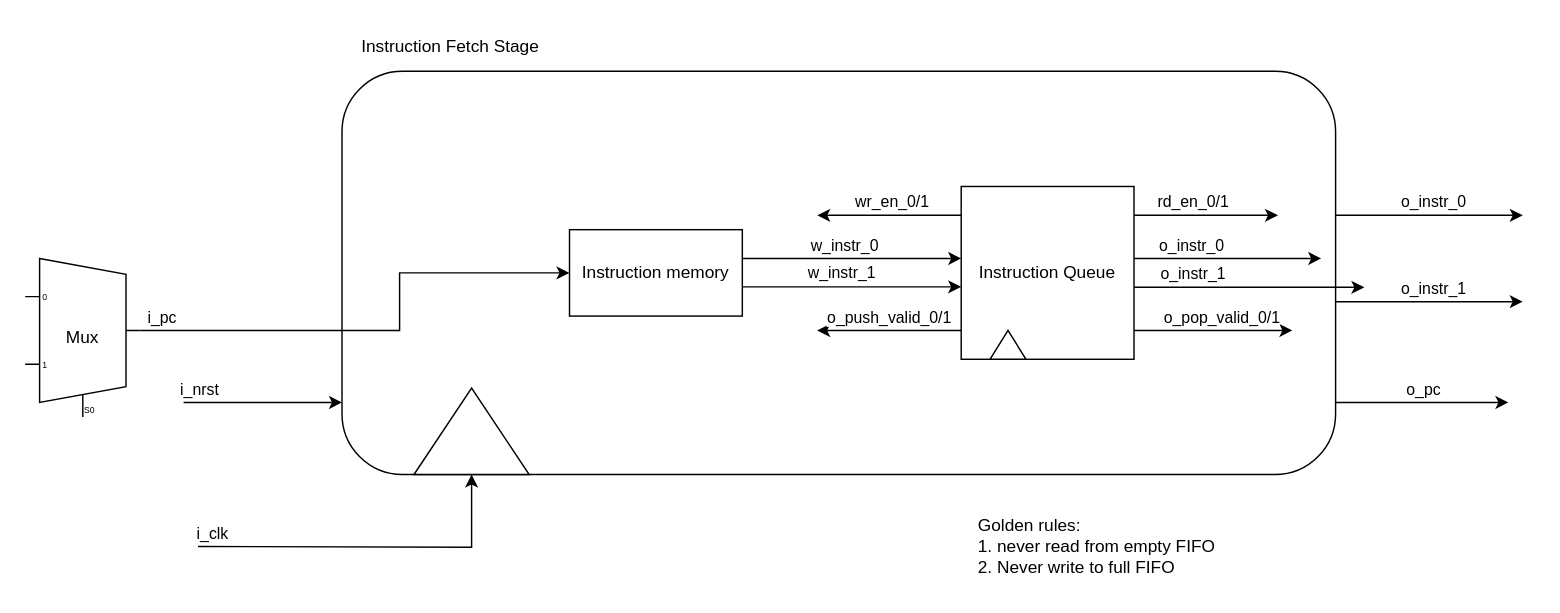
This is page "Instruction Fetch" (2 of 2) of docs/Architecture.drawio from evanwu03/OutrO, a draw.io file, before an edit. Source tidied: cells renumbered, new cells numbered last; positions are measured from the earlier drawing's top-left corner, leaving out a move shared by most shapes. Both pictures are drawn from the tidied source at 144%, with x=0, y=0 at pixel (24, 24).
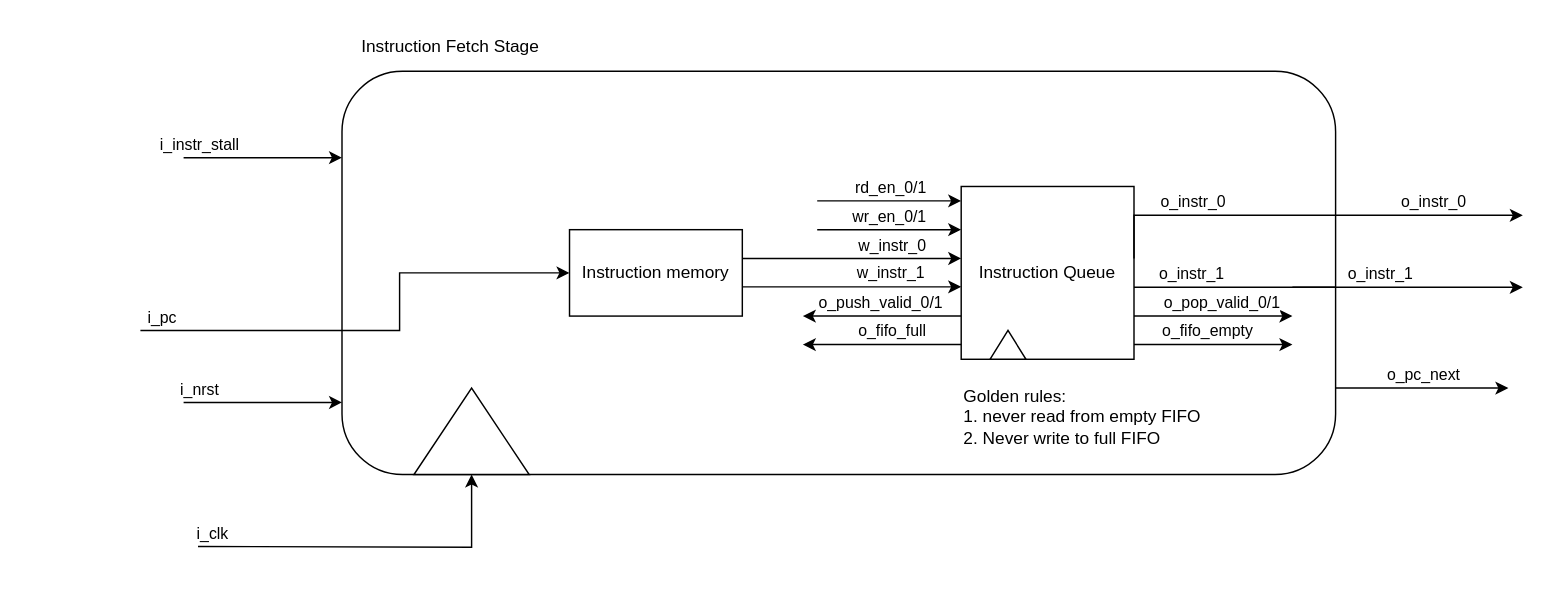
Above is the later version.

The change refers to these unchanged cells:
```xml
<mxCell id="4" style="rounded=1;whiteSpace=wrap;html=1;fillColor=default;" parent="1" vertex="1">
  <mxGeometry x="220" y="32" width="690" height="280" as="geometry" />
</mxCell>
<mxCell id="19" style="edgeStyle=orthogonalEdgeStyle;rounded=0;jettySize=auto;html=1;" parent="1" edge="1" target="31">
  <mxGeometry relative="1" as="geometry">
    <mxPoint x="498" y="181.7" as="sourcePoint" />
    <Array as="points">
      <mxPoint x="610" y="182" />
      <mxPoint x="610" y="182" />
    </Array>
  </mxGeometry>
</mxCell>
<mxCell id="31" value="Instruction Queue" style="rounded=0;whiteSpace=wrap;html=1;" parent="1" vertex="1">
  <mxGeometry x="650" y="112" width="120" height="120" as="geometry" />
</mxCell>
```

What changed in the source:
```diff
@@
     <mxCell id="2" style="edgeStyle=orthogonalEdgeStyle;rounded=0;orthogonalLoop=1;jettySize=auto;html=1;" parent="1" edge="1">
       <mxGeometry relative="1" as="geometry">
-        <mxPoint x="910" y="262" as="sourcePoint" />
-        <mxPoint x="1030" y="262" as="targetPoint" />
+        <mxPoint x="910" y="252" as="sourcePoint" />
+        <mxPoint x="1030" y="252" as="targetPoint" />
       </mxGeometry>
     </mxCell>
-    <mxCell id="3" value="o_pc" style="edgeLabel;html=1;align=center;verticalAlign=middle;" parent="2" vertex="1">
+    <mxCell id="3" value="o_pc_next" style="edgeLabel;html=1;align=center;verticalAlign=middle;" parent="2" vertex="1">
       <mxGeometry x="-0.19" y="-1" relative="1" as="geometry">
         <mxPoint x="11" y="-11" as="offset" />
       </mxGeometry>
     </mxCell>
@@
-    <mxCell id="13" style="edgeStyle=orthogonalEdgeStyle;rounded=0;jettySize=auto;html=1;endArrow=none;endFill=0;exitX=1;exitY=0.5;exitDx=0;exitDy=-5;exitPerimeter=0;" parent="1" edge="1" source="38">
+    <mxCell id="13" style="edgeStyle=orthogonalEdgeStyle;rounded=0;orthogonalLoop=1;jettySize=auto;html=1;endArrow=none;endFill=0;exitX=1;exitY=0.5;exitDx=0;exitDy=-5;exitPerimeter=0;" parent="1" edge="1">
       <mxGeometry relative="1" as="geometry">
+        <mxPoint x="80" y="212" as="sourcePoint" />
         <mxPoint x="220" y="212" as="targetPoint" />
       </mxGeometry>
     </mxCell>
@@
-    <mxCell id="15" style="edgeStyle=orthogonalEdgeStyle;rounded=0;jettySize=auto;html=1;" parent="1" edge="1" source="4">
+    <mxCell id="15" style="edgeStyle=orthogonalEdgeStyle;rounded=0;orthogonalLoop=1;jettySize=auto;html=1;" parent="1" edge="1">
       <mxGeometry relative="1" as="geometry">
-        <mxPoint x="1040" y="192" as="targetPoint" />
+        <mxPoint x="910" y="182" as="sourcePoint" />
+        <mxPoint x="1040" y="182" as="targetPoint" />
         <Array as="points">
-          <mxPoint x="880" y="192" />
-          <mxPoint x="880" y="192" />
+          <mxPoint x="880" y="182" />
+          <mxPoint x="880" y="182" />
         </Array>
       </mxGeometry>
     </mxCell>
@@
     <mxCell id="17" style="edgeStyle=orthogonalEdgeStyle;rounded=0;jettySize=auto;html=1;" parent="1" edge="1" target="31">
       <mxGeometry relative="1" as="geometry">
         <mxPoint x="498" y="162" as="sourcePoint" />
         <Array as="points">
-          <mxPoint x="610" y="162" />
-          <mxPoint x="610" y="162" />
+          <mxPoint x="580" y="162" />
+          <mxPoint x="580" y="162" />
         </Array>
       </mxGeometry>
     </mxCell>
     <mxCell id="18" value="w_instr_0" style="edgeLabel;html=1;align=center;verticalAlign=middle;" parent="17" vertex="1">
       <mxGeometry x="-0.23" y="1" relative="1" as="geometry">
-        <mxPoint x="11" y="-9" as="offset" />
+        <mxPoint x="44" y="-9" as="offset" />
       </mxGeometry>
     </mxCell>
@@
     <mxCell id="20" value="w_instr_1" style="edgeLabel;html=1;align=center;verticalAlign=middle;" parent="19" vertex="1">
       <mxGeometry x="-0.26" relative="1" as="geometry">
-        <mxPoint x="12" y="-10" as="offset" />
+        <mxPoint x="46" y="-10" as="offset" />
       </mxGeometry>
     </mxCell>
@@
-    <mxCell id="23" style="edgeStyle=orthogonalEdgeStyle;rounded=0;jettySize=auto;html=1;" parent="1" edge="1" source="31">
+    <mxCell id="23" style="edgeStyle=orthogonalEdgeStyle;rounded=0;orthogonalLoop=1;jettySize=auto;html=1;" parent="1" edge="1">
       <mxGeometry relative="1" as="geometry">
-        <mxPoint x="550" y="212" as="targetPoint" />
+        <mxPoint x="650" y="202" as="sourcePoint" />
+        <mxPoint x="540" y="202" as="targetPoint" />
         <Array as="points">
-          <mxPoint x="630" y="212" />
-          <mxPoint x="630" y="212" />
+          <mxPoint x="630" y="202" />
+          <mxPoint x="630" y="202" />
         </Array>
       </mxGeometry>
     </mxCell>
@@
     <mxCell id="25" style="edgeStyle=orthogonalEdgeStyle;rounded=0;orthogonalLoop=1;jettySize=auto;html=1;" parent="1" edge="1">
       <mxGeometry relative="1" as="geometry">
-        <mxPoint x="770" y="212" as="sourcePoint" />
-        <mxPoint x="880" y="212" as="targetPoint" />
+        <mxPoint x="770" y="202" as="sourcePoint" />
+        <mxPoint x="880" y="202" as="targetPoint" />
       </mxGeometry>
     </mxCell>
@@
     <mxCell id="27" style="edgeStyle=orthogonalEdgeStyle;rounded=0;orthogonalLoop=1;jettySize=auto;html=1;" parent="1" edge="1">
       <mxGeometry relative="1" as="geometry">
-        <mxPoint x="650" y="132" as="sourcePoint" />
-        <mxPoint x="550" y="132" as="targetPoint" />
+        <mxPoint x="550" y="142" as="sourcePoint" />
+        <mxPoint x="650" y="142" as="targetPoint" />
         <Array as="points">
-          <mxPoint x="620" y="132" />
-          <mxPoint x="620" y="132" />
+          <mxPoint x="620" y="142" />
+          <mxPoint x="620" y="142" />
         </Array>
       </mxGeometry>
     </mxCell>
     <mxCell id="28" value="wr_en_0/1" style="edgeLabel;html=1;align=center;verticalAlign=middle;" parent="27" vertex="1">
       <mxGeometry x="0.13" y="-2" relative="1" as="geometry">
-        <mxPoint x="7" y="-8" as="offset" />
+        <mxPoint x="-7" y="-12" as="offset" />
       </mxGeometry>
     </mxCell>
     <mxCell id="29" style="edgeStyle=orthogonalEdgeStyle;rounded=0;orthogonalLoop=1;jettySize=auto;html=1;" parent="1" edge="1">
       <mxGeometry relative="1" as="geometry">
-        <mxPoint x="770" y="132" as="sourcePoint" />
-        <mxPoint x="870" y="132" as="targetPoint" />
+        <mxPoint x="550" y="122" as="sourcePoint" />
+        <mxPoint x="650" y="122" as="targetPoint" />
       </mxGeometry>
     </mxCell>
     <mxCell id="30" value="rd_en_0/1" style="edgeLabel;html=1;align=center;verticalAlign=middle;" parent="29" vertex="1">
       <mxGeometry x="-0.48" y="1" relative="1" as="geometry">
-        <mxPoint x="14" y="-9" as="offset" />
+        <mxPoint x="24" y="-9" as="offset" />
       </mxGeometry>
     </mxCell>
@@
-    <mxCell id="33" style="edgeStyle=orthogonalEdgeStyle;rounded=0;orthogonalLoop=1;jettySize=auto;html=1;" parent="1" edge="1">
+    <mxCell id="33" style="edgeStyle=orthogonalEdgeStyle;rounded=0;orthogonalLoop=1;jettySize=auto;html=1;endArrow=none;endFill=0;" parent="1" edge="1">
       <mxGeometry relative="1" as="geometry">
         <mxPoint x="770" y="162" as="sourcePoint" />
-        <mxPoint x="900" y="162" as="targetPoint" />
+        <mxPoint x="910" y="132" as="targetPoint" />
         <Array as="points">
-          <mxPoint x="820" y="162" />
+          <mxPoint x="770" y="132" />
         </Array>
       </mxGeometry>
     </mxCell>
     <mxCell id="34" value="o_instr_0" style="edgeLabel;html=1;align=center;verticalAlign=middle;" parent="33" vertex="1">
       <mxGeometry x="-0.24" y="1" relative="1" as="geometry">
-        <mxPoint x="-10" y="-9" as="offset" />
+        <mxPoint x="5" y="-9" as="offset" />
       </mxGeometry>
     </mxCell>
-    <mxCell id="35" style="edgeStyle=orthogonalEdgeStyle;rounded=0;orthogonalLoop=1;jettySize=auto;html=1;" parent="1" edge="1">
+    <mxCell id="35" style="edgeStyle=orthogonalEdgeStyle;rounded=0;jettySize=auto;html=1;endArrow=none;endFill=0;" parent="1" edge="1" source="31">
       <mxGeometry relative="1" as="geometry">
-        <mxPoint x="800" y="182" as="sourcePoint" />
-        <mxPoint x="930" y="182" as="targetPoint" />
+        <mxPoint x="910" y="182" as="targetPoint" />
         <Array as="points">
-          <mxPoint x="770" y="182" />
-          <mxPoint x="770" y="182" />
+          <mxPoint x="910" y="182" />
         </Array>
       </mxGeometry>
     </mxCell>
     <mxCell id="36" value="o_instr_1" style="edgeLabel;html=1;align=center;verticalAlign=middle;" parent="35" vertex="1">
       <mxGeometry x="-0.24" y="1" relative="1" as="geometry">
-        <mxPoint x="-2" y="-9" as="offset" />
+        <mxPoint x="-14" y="-9" as="offset" />
       </mxGeometry>
     </mxCell>
     <mxCell id="37" value="Golden rules:&amp;nbsp;&lt;div&gt;1. never read from empty FIFO&lt;/div&gt;&lt;div&gt;2. Never write to full FIFO&lt;/div&gt;" style="text;html=1;align=left;verticalAlign=middle;strokeColor=none;fillColor=none;" parent="1" vertex="1">
-      <mxGeometry x="660" y="332" width="190" height="60" as="geometry" />
+      <mxGeometry x="650" y="242" width="190" height="60" as="geometry" />
     </mxCell>
-    <mxCell id="38" value="Mux" style="shadow=0;dashed=0;align=center;html=1;strokeWidth=1;shape=mxgraph.electrical.abstract.mux2;whiteSpace=wrap;" parent="1" vertex="1">
-      <mxGeometry y="162" width="80" height="110" as="geometry" />
-    </mxCell>
+    <mxCell id="39" style="edgeStyle=orthogonalEdgeStyle;rounded=0;orthogonalLoop=1;jettySize=auto;html=1;" parent="1" edge="1">
+      <mxGeometry relative="1" as="geometry">
+        <mxPoint x="110" y="92" as="sourcePoint" />
+        <mxPoint x="220" y="92" as="targetPoint" />
+      </mxGeometry>
+    </mxCell>
+    <mxCell id="40" value="i_instr_stall" style="edgeLabel;html=1;align=center;verticalAlign=middle;" parent="39" vertex="1">
+      <mxGeometry x="-0.68" y="-2" relative="1" as="geometry">
+        <mxPoint x="-8" y="-12" as="offset" />
+      </mxGeometry>
+    </mxCell>
+    <mxCell id="41" style="edgeStyle=orthogonalEdgeStyle;rounded=0;orthogonalLoop=1;jettySize=auto;html=1;" parent="1" edge="1">
+      <mxGeometry relative="1" as="geometry">
+        <mxPoint x="650" y="221.8" as="sourcePoint" />
+        <mxPoint x="540" y="221.8" as="targetPoint" />
+      </mxGeometry>
+    </mxCell>
+    <mxCell id="42" value="o_fifo_full" style="edgeLabel;html=1;align=center;verticalAlign=middle;" parent="41" vertex="1">
+      <mxGeometry x="-0.23" y="1" relative="1" as="geometry">
+        <mxPoint x="-7" y="-11" as="offset" />
+      </mxGeometry>
+    </mxCell>
+    <mxCell id="43" style="edgeStyle=orthogonalEdgeStyle;rounded=0;orthogonalLoop=1;jettySize=auto;html=1;" parent="1" edge="1">
+      <mxGeometry relative="1" as="geometry">
+        <mxPoint x="770" y="221.8" as="sourcePoint" />
+        <mxPoint x="880" y="221.8" as="targetPoint" />
+      </mxGeometry>
+    </mxCell>
+    <mxCell id="44" value="o_fifo_empty" style="edgeLabel;html=1;align=center;verticalAlign=middle;" parent="43" vertex="1">
+      <mxGeometry x="-0.23" y="1" relative="1" as="geometry">
+        <mxPoint x="8" y="-9" as="offset" />
+      </mxGeometry>
+    </mxCell>
```
